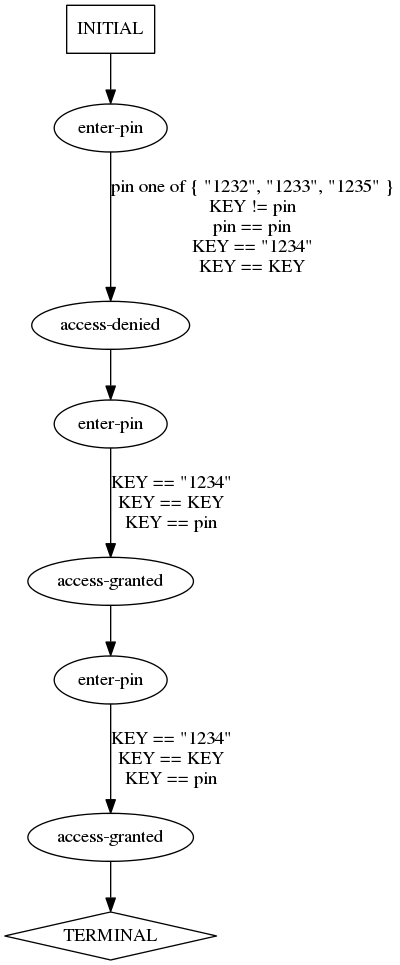
Above: traces/abstract/verify-pin/predicted-paths/verify-pin-test1.dot.png in ModelInference/synoptic (Graphviz), before the change. Its source is kept beside it as traces/abstract/verify-pin/predicted-paths/verify-pin-test1.dot. Source of this version:
```dot
digraph {
  0 [label="access-denied"];
  1 [label="access-granted"];
  2 [label="access-granted"];
  3 [label="enter-pin"];
  4 [label="enter-pin"];
  5 [label="enter-pin"];
  6 [label="TERMINAL",shape=diamond];
  7 [label="INITIAL",shape=box];
0->4 [label="",];
1->5 [label="",];
2->6 [label="",];
3->0 [label="pin one of { \"1232\", \"1233\", \"1235\" }\nKEY != pin\npin == pin\nKEY == \"1234\"\nKEY == KEY",];
4->1 [label="KEY == \"1234\"\nKEY == KEY\nKEY == pin",];
5->2 [label="KEY == \"1234\"\nKEY == KEY\nKEY == pin",];
7->3 [label="",];
} // digraph {
```
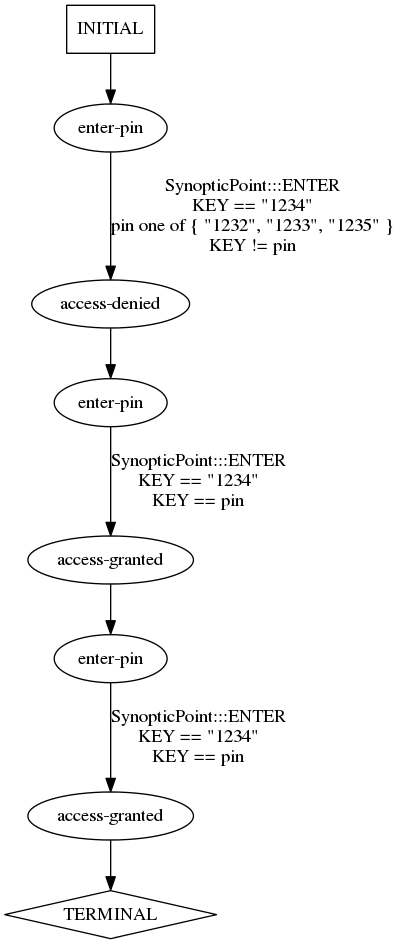
After the change.

Diff of the diagram source:
```diff
@@ -10,8 +10,8 @@
 0->4 [label="",];
 1->5 [label="",];
 2->6 [label="",];
-3->0 [label="pin one of { \"1232\", \"1233\", \"1235\" }\nKEY != pin\npin == pin\nKEY == \"1234\"\nKEY == KEY",];
-4->1 [label="KEY == \"1234\"\nKEY == KEY\nKEY == pin",];
-5->2 [label="KEY == \"1234\"\nKEY == KEY\nKEY == pin",];
+3->0 [label="SynopticPoint:::ENTER\nKEY == \"1234\"\npin one of { \"1232\", \"1233\", \"1235\" }\nKEY != pin\n",];
+4->1 [label="SynopticPoint:::ENTER\nKEY == \"1234\"\nKEY == pin\n",];
+5->2 [label="SynopticPoint:::ENTER\nKEY == \"1234\"\nKEY == pin\n",];
 7->3 [label="",];
 } // digraph {
```
